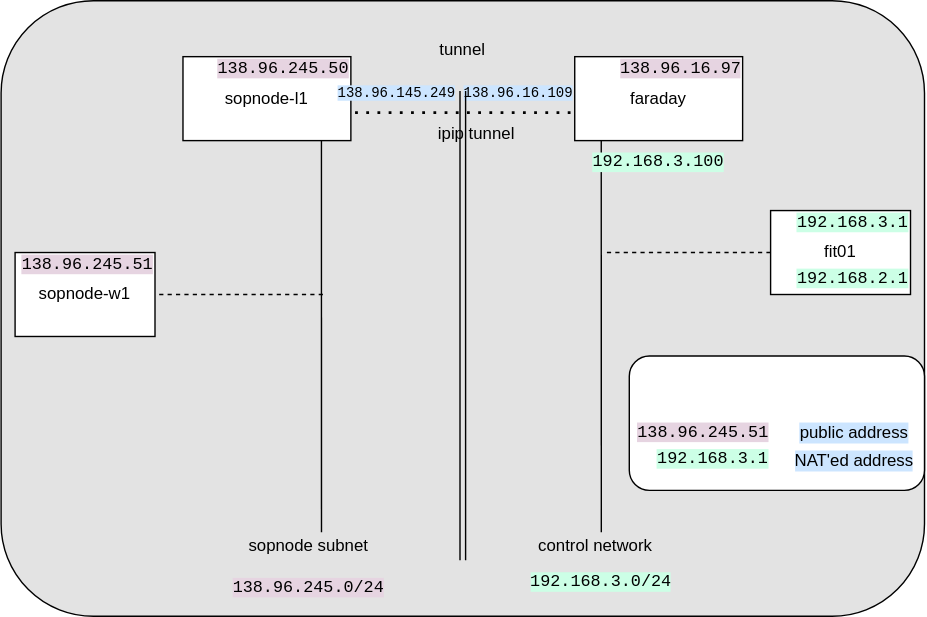
sopnode/kube-install keeps this draw.io diagram as tunnel/tunnel-arch.svg. Above is the earlier version. Source tidied: cells renumbered, new cells last; positions are measured from the earlier drawing's top-left corner, leaving out a move shared by most shapes.
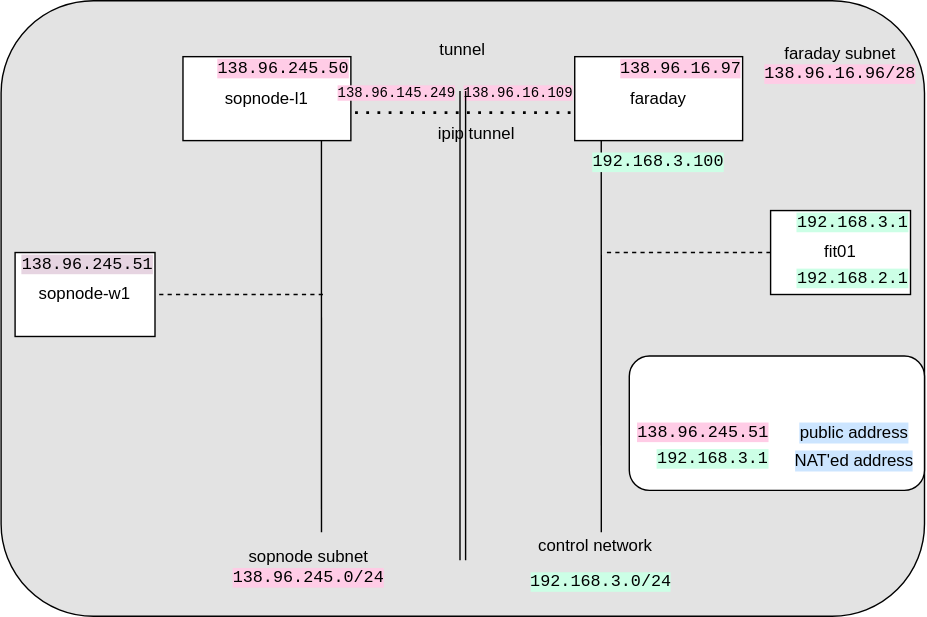
After the change.

Commit message:
improve the drawio about tunnel setup

What changed in the source:
```diff
@@ -34,16 +34,16 @@
     <mxCell id="10" value="&lt;font face=&quot;Courier New&quot; style=&quot;background-color: rgb(204 , 255 , 230)&quot;&gt;192.168.3.0/24&lt;/font&gt;" style="text;html=1;strokeColor=none;fillColor=none;align=center;verticalAlign=middle;whiteSpace=wrap;rounded=0;" parent="1" vertex="1">
       <mxGeometry x="399" y="400" width="60" height="30" as="geometry" />
     </mxCell>
-    <mxCell id="11" value="sopnode subnet&lt;br&gt;&lt;br&gt;&lt;font face=&quot;Courier New&quot; style=&quot;background-color: rgb(230 , 212 , 225)&quot;&gt;138.96.245.0/24&lt;/font&gt;" style="text;html=1;strokeColor=none;fillColor=none;align=center;verticalAlign=middle;whiteSpace=wrap;rounded=0;" parent="1" vertex="1">
+    <mxCell id="11" value="sopnode subnet&lt;br&gt;&lt;font face=&quot;Courier New&quot; style=&quot;background-color: rgb(255, 204, 230);&quot;&gt;138.96.245.0/24&lt;/font&gt;" style="text;html=1;strokeColor=none;fillColor=none;align=center;verticalAlign=middle;whiteSpace=wrap;rounded=0;" parent="1" vertex="1">
       <mxGeometry x="190" y="390" width="60" height="30" as="geometry" />
     </mxCell>
     <mxCell id="12" value="tunnel" style="text;html=1;strokeColor=none;fillColor=none;align=center;verticalAlign=middle;whiteSpace=wrap;rounded=0;" parent="1" vertex="1">
       <mxGeometry x="300" y="20" width="60" height="30" as="geometry" />
     </mxCell>
-    <mxCell id="13" value="&lt;font face=&quot;Courier New&quot; style=&quot;background-color: rgb(204, 229, 255); font-size: 10px;&quot;&gt;138.96.145.249&lt;/font&gt;" style="text;html=1;strokeColor=none;fillColor=none;align=center;verticalAlign=middle;whiteSpace=wrap;rounded=0;" parent="1" vertex="1">
+    <mxCell id="13" value="&lt;font face=&quot;Courier New&quot; style=&quot;font-size: 10px; background-color: rgb(255, 204, 230);&quot;&gt;138.96.145.249&lt;/font&gt;" style="text;html=1;strokeColor=none;fillColor=none;align=center;verticalAlign=middle;whiteSpace=wrap;rounded=0;" parent="1" vertex="1">
       <mxGeometry x="253" y="50" width="60" height="30" as="geometry" />
     </mxCell>
-    <mxCell id="14" value="&lt;font face=&quot;Courier New&quot; style=&quot;background-color: rgb(204, 229, 255); font-size: 10px;&quot;&gt;138.96.16.109&lt;/font&gt;" style="text;html=1;strokeColor=none;fillColor=none;align=center;verticalAlign=middle;whiteSpace=wrap;rounded=0;" parent="1" vertex="1">
+    <mxCell id="14" value="&lt;font face=&quot;Courier New&quot; style=&quot;font-size: 10px; background-color: rgb(255, 204, 230);&quot;&gt;138.96.16.109&lt;/font&gt;" style="text;html=1;strokeColor=none;fillColor=none;align=center;verticalAlign=middle;whiteSpace=wrap;rounded=0;" parent="1" vertex="1">
       <mxGeometry x="340" y="50" width="60" height="30" as="geometry" />
     </mxCell>
     <mxCell id="15" style="endArrow=none;dashed=1;html=1;dashPattern=1 3;strokeWidth=2;exitX=0;exitY=1;exitDx=0;exitDy=0;" parent="1" edge="1" source="13">
@@ -78,10 +78,10 @@
     <mxCell id="21" value="&lt;font face=&quot;Courier New&quot; style=&quot;background-color: rgb(204 , 255 , 230)&quot;&gt;192.168.3.100&lt;/font&gt;" style="text;html=1;strokeColor=none;fillColor=none;align=center;verticalAlign=middle;whiteSpace=wrap;rounded=0;" parent="1" vertex="1">
       <mxGeometry x="430" y="100" width="80" height="30" as="geometry" />
     </mxCell>
-    <mxCell id="22" value="&lt;font face=&quot;Courier New&quot; style=&quot;background-color: rgb(230 , 212 , 225)&quot;&gt;138.96.245.50&lt;/font&gt;" style="text;html=1;strokeColor=none;fillColor=none;align=center;verticalAlign=middle;whiteSpace=wrap;rounded=0;" parent="1" vertex="1">
+    <mxCell id="22" value="&lt;font face=&quot;Courier New&quot; style=&quot;background-color: rgb(255, 204, 230);&quot;&gt;138.96.245.50&lt;/font&gt;" style="text;html=1;strokeColor=none;fillColor=none;align=center;verticalAlign=middle;whiteSpace=wrap;rounded=0;" parent="1" vertex="1">
       <mxGeometry x="152" y="33" width="100" height="30" as="geometry" />
     </mxCell>
-    <mxCell id="23" value="&lt;font face=&quot;Courier New&quot; style=&quot;background-color: rgb(230 , 212 , 225)&quot;&gt;138.96.16.97&lt;/font&gt;" style="text;html=1;strokeColor=none;fillColor=none;align=center;verticalAlign=middle;whiteSpace=wrap;rounded=0;" parent="1" vertex="1">
+    <mxCell id="23" value="&lt;font face=&quot;Courier New&quot; style=&quot;background-color: rgb(255, 204, 230);&quot;&gt;138.96.16.97&lt;/font&gt;" style="text;html=1;strokeColor=none;fillColor=none;align=center;verticalAlign=middle;whiteSpace=wrap;rounded=0;" parent="1" vertex="1">
       <mxGeometry x="436" y="33" width="100" height="30" as="geometry" />
     </mxCell>
     <mxCell id="24" value="&lt;font face=&quot;Courier New&quot; style=&quot;background-color: rgb(230 , 212 , 225)&quot;&gt;138.96.245.51&lt;/font&gt;" style="text;html=1;strokeColor=none;fillColor=none;align=center;verticalAlign=middle;whiteSpace=wrap;rounded=0;" parent="1" vertex="1">
@@ -90,7 +90,7 @@
     <mxCell id="25" value="&lt;font face=&quot;Courier New&quot; style=&quot;background-color: rgb(204 , 255 , 230)&quot;&gt;192.168.3.1&lt;/font&gt;" style="text;html=1;strokeColor=none;fillColor=none;align=center;verticalAlign=middle;whiteSpace=wrap;rounded=0;" parent="1" vertex="1">
       <mxGeometry x="559" y="143" width="100" height="30" as="geometry" />
     </mxCell>
-    <mxCell id="26" value="&lt;font face=&quot;Courier New&quot; style=&quot;background-color: rgb(230 , 212 , 225)&quot;&gt;138.96.245.51&lt;/font&gt;" style="text;html=1;strokeColor=none;fillColor=none;align=center;verticalAlign=middle;whiteSpace=wrap;rounded=0;" parent="1" vertex="1">
+    <mxCell id="26" value="&lt;font face=&quot;Courier New&quot; style=&quot;background-color: rgb(255, 204, 230);&quot;&gt;138.96.245.51&lt;/font&gt;" style="text;html=1;strokeColor=none;fillColor=none;align=center;verticalAlign=middle;whiteSpace=wrap;rounded=0;" parent="1" vertex="1">
       <mxGeometry x="452" y="293" width="100" height="30" as="geometry" />
     </mxCell>
     <mxCell id="27" value="&lt;font face=&quot;Courier New&quot; style=&quot;background-color: rgb(204 , 255 , 230)&quot;&gt;192.168.3.1&lt;/font&gt;" style="text;html=1;strokeColor=none;fillColor=none;align=center;verticalAlign=middle;whiteSpace=wrap;rounded=0;" parent="1" vertex="1">
@@ -105,5 +105,8 @@
     <mxCell id="30" value="&lt;font face=&quot;Courier New&quot; style=&quot;background-color: rgb(204 , 255 , 230)&quot;&gt;192.168.2.1&lt;/font&gt;" style="text;html=1;strokeColor=none;fillColor=none;align=center;verticalAlign=middle;whiteSpace=wrap;rounded=0;" parent="1" vertex="1">
       <mxGeometry x="559" y="183" width="100" height="30" as="geometry" />
     </mxCell>
+    <mxCell id="31" value="faraday subnet&lt;br&gt;&lt;font face=&quot;Courier New&quot; style=&quot;background-color: rgb(255, 204, 230);&quot;&gt;138.96.16.96/28&lt;/font&gt;" style="text;html=1;strokeColor=none;fillColor=none;align=center;verticalAlign=middle;whiteSpace=wrap;rounded=0;" parent="1" vertex="1">
+      <mxGeometry x="570" y="30" width="60" height="30" as="geometry" />
+    </mxCell>
   </root>
 </mxGraphModel>
```
